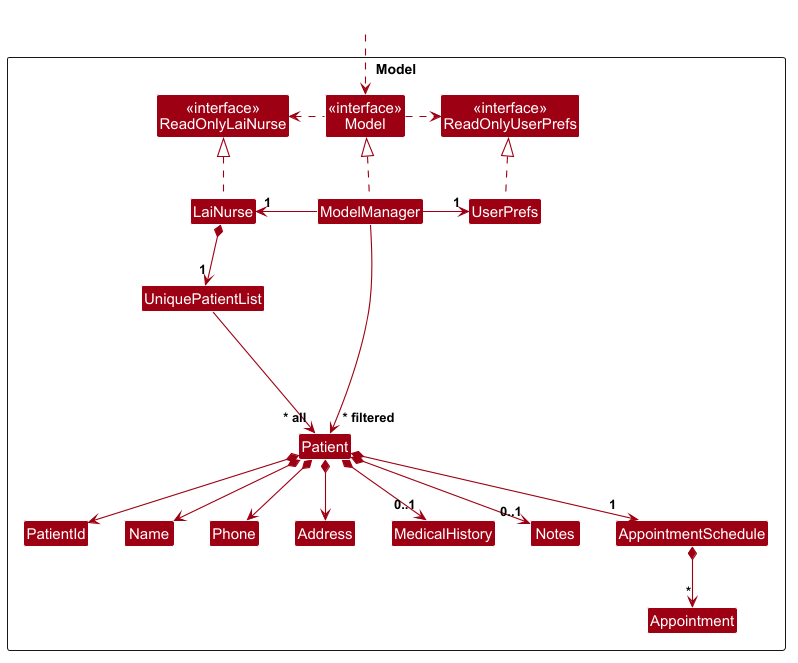
This is docs/images/ModelClassDiagram.png from Bruhmiuz/teePee, a PlantUML export, as it was before one commit.
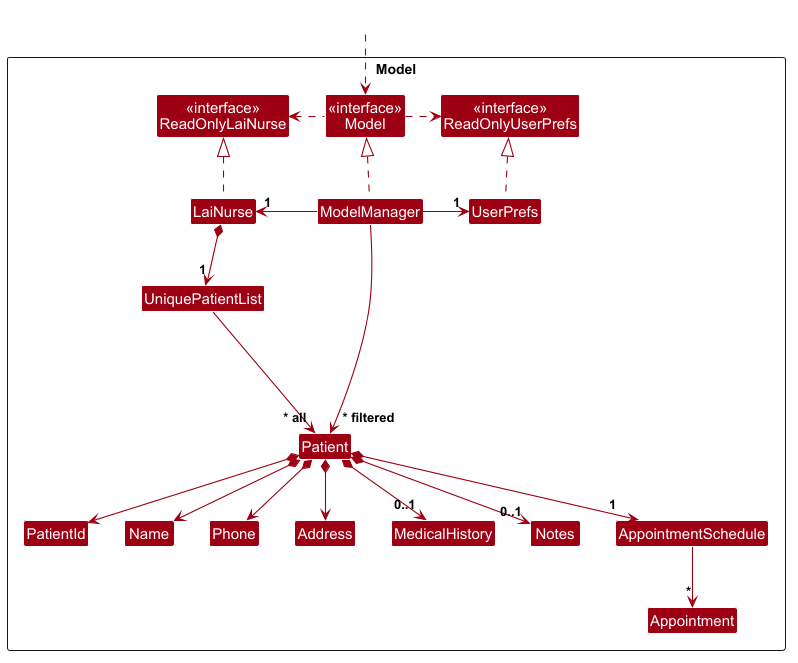
Above is the later version.

Commit message:
Drop the composition diamond on the appointment list

Diff of the diagram source:
```diff
@@ -47,7 +47,7 @@
 Patient *--> "0..1" MedicalHistory
 Patient *--> "0..1" Notes
 Patient *--> "1" AppointmentSchedule
-AppointmentSchedule *--> "*" Appointment
+AppointmentSchedule --> "*" Appointment
 
 Patient -[hidden]up--> I
 UniquePatientList -[hidden]right-> I
```
